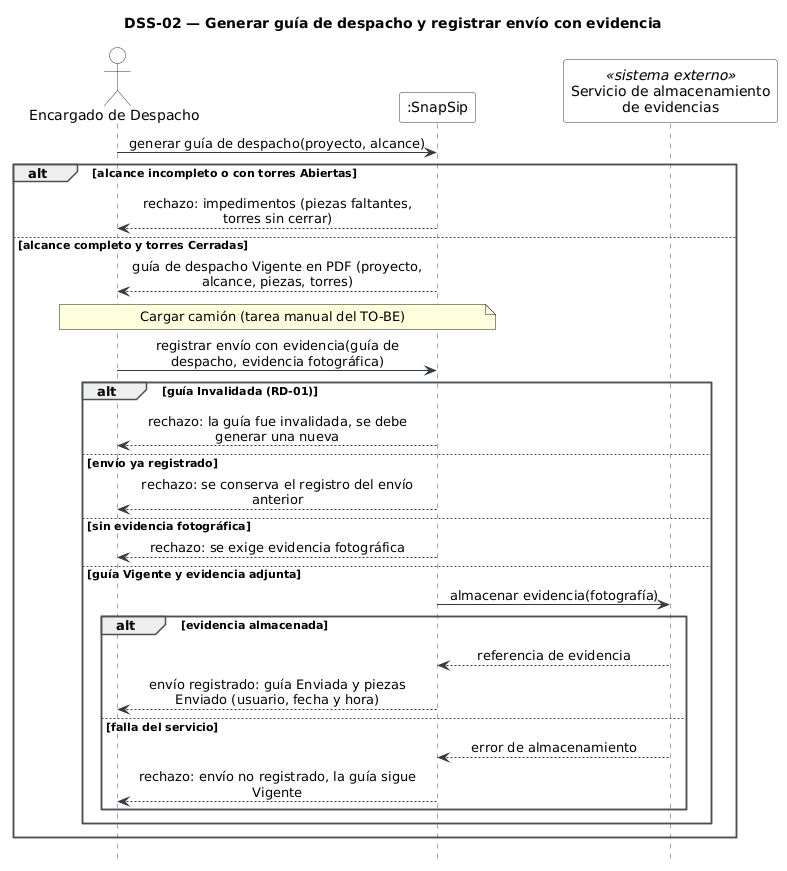
The PlantUML diagram diagramas/dss-02.png in Foyzen-Kaze/snapsip, before a commit. Its diagram source:
```plantuml
@startuml
title DSS-02 — Generar guía de despacho y registrar envío con evidencia
hide footbox
skinparam shadowing false
skinparam sequenceMessageAlign center
skinparam maxMessageSize 300
skinparam sequence {
  ArrowColor #343A40
  LifeLineBorderColor #495057
  ParticipantBackgroundColor #F8F9FA
  ParticipantBorderColor #343A40
  ActorBackgroundColor #F8F9FA
  ActorBorderColor #343A40
  GroupBorderColor #495057
}

actor "Encargado de Despacho" as ED
participant ":SnapSip" as SS
participant "Servicio de almacenamiento\nde evidencias" as ALM <<sistema externo>>

ED -> SS : generar guía de despacho(proyecto, alcance)
alt alcance incompleto o con torres Abiertas
  SS --> ED : rechazo: impedimentos (piezas faltantes, torres sin cerrar)
else alcance completo y torres Cerradas
  SS --> ED : guía de despacho Vigente en PDF (proyecto, alcance, piezas, torres)
  note over ED, SS : Cargar camión (tarea manual del TO-BE)
  ED -> SS : registrar envío con evidencia(guía de despacho, evidencia fotográfica)
  alt guía Invalidada (RD-01)
    SS --> ED : rechazo: la guía fue invalidada, se debe generar una nueva
  else envío ya registrado
    SS --> ED : rechazo: se conserva el registro del envío anterior
  else sin evidencia fotográfica
    SS --> ED : rechazo: se exige evidencia fotográfica
  else guía Vigente y evidencia adjunta
    SS -> ALM : almacenar evidencia(fotografía)
    alt evidencia almacenada
      ALM --> SS : referencia de evidencia
      SS --> ED : envío registrado: guía Enviada y piezas Enviado (usuario, fecha y hora)
    else falla del servicio
      ALM --> SS : error de almacenamiento
      SS --> ED : rechazo: envío no registrado, la guía sigue Vigente
    end
  end
end
@enduml
```
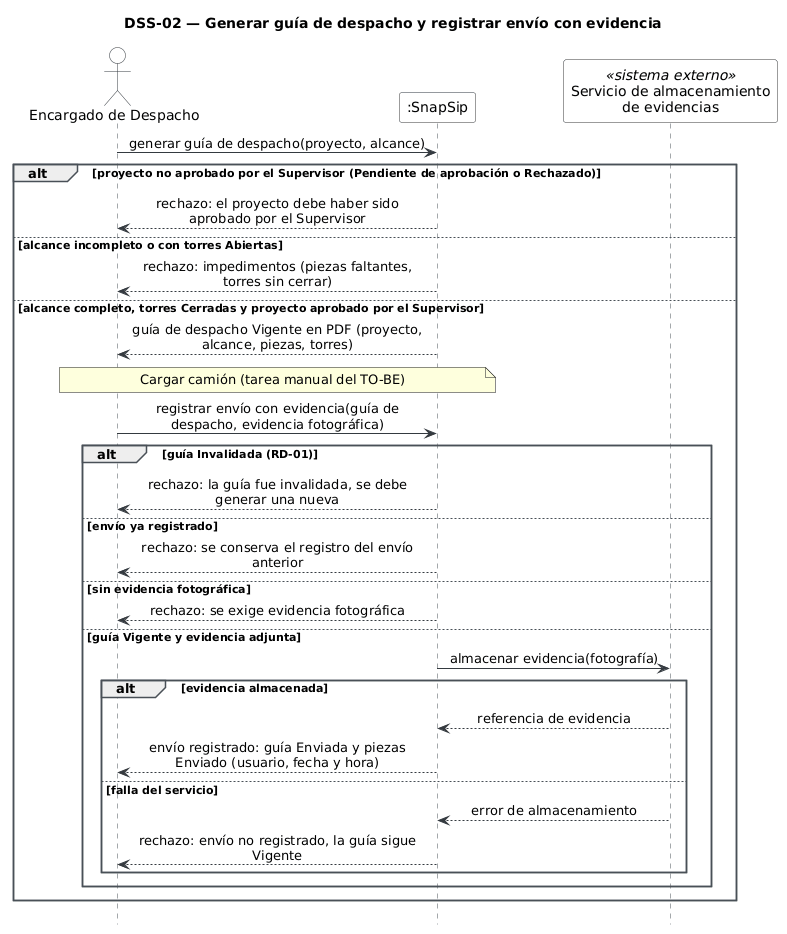
Above is the later version.

What changed in the source:
```diff
@@ -19,9 +19,11 @@
 participant "Servicio de almacenamiento\nde evidencias" as ALM <<sistema externo>>
 
 ED -> SS : generar guía de despacho(proyecto, alcance)
-alt alcance incompleto o con torres Abiertas
+alt proyecto no aprobado por el Supervisor (Pendiente de aprobación o Rechazado)
+  SS --> ED : rechazo: el proyecto debe haber sido aprobado por el Supervisor
+else alcance incompleto o con torres Abiertas
   SS --> ED : rechazo: impedimentos (piezas faltantes, torres sin cerrar)
-else alcance completo y torres Cerradas
+else alcance completo, torres Cerradas y proyecto aprobado por el Supervisor
   SS --> ED : guía de despacho Vigente en PDF (proyecto, alcance, piezas, torres)
   note over ED, SS : Cargar camión (tarea manual del TO-BE)
   ED -> SS : registrar envío con evidencia(guía de despacho, evidencia fotográfica)
```
